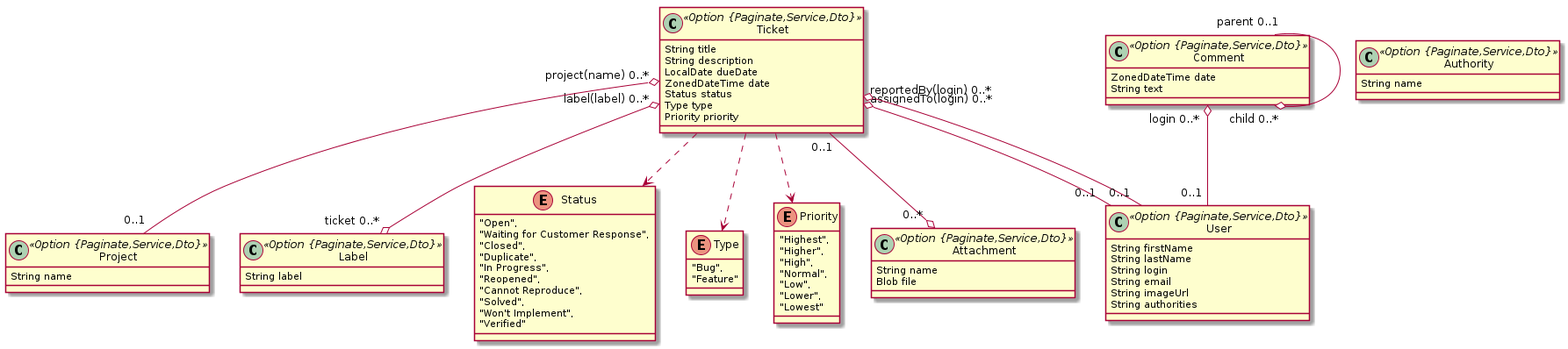
Earlier version of the PlantUML export .jdl-sample/bug-tracker-v1.png (VergilSkye/exemplo-jenkins).
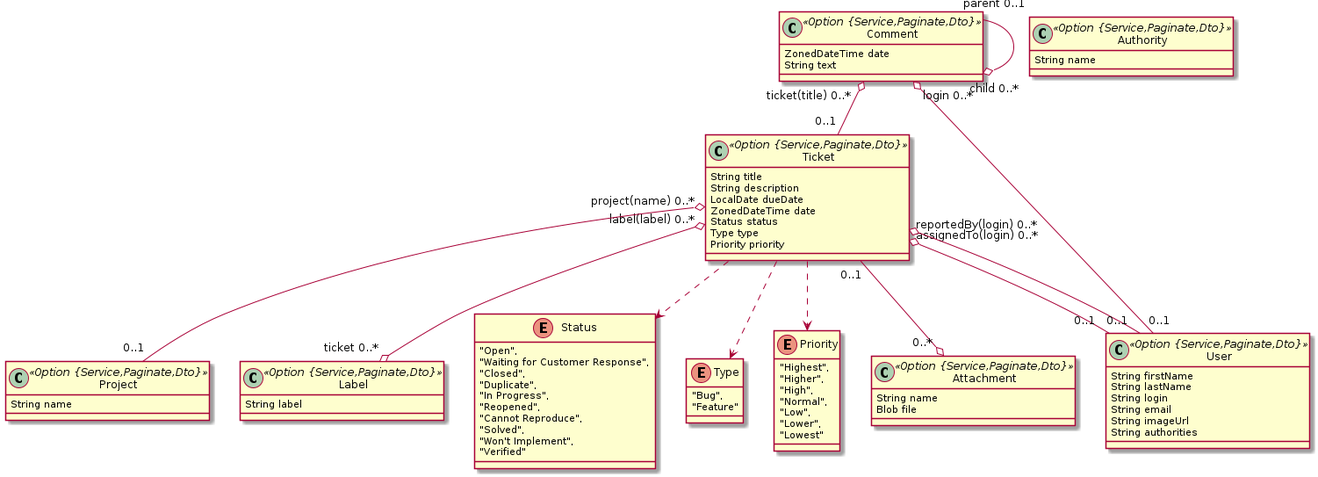
After the commit.

Commit message:
No JDL criando ligação entre comment e ticket

What changed in the source:
```diff
@@ -1,12 +1,12 @@
 @startuml
 	!pragma syntax class
-	class Project <<Option {Paginate,Service,Dto}>> {
+	class Project <<Option {Service,Paginate,Dto}>> {
 		String name
 	}
-	class Label <<Option {Paginate,Service,Dto}>> {
+	class Label <<Option {Service,Paginate,Dto}>> {
 		String label
 	}
-	class Ticket <<Option {Paginate,Service,Dto}>> {
+	class Ticket <<Option {Service,Paginate,Dto}>> {
 		String title
 		String description
 		LocalDate dueDate
@@ -18,7 +18,7 @@
 	Ticket ..> Status
 	Ticket ..> Type
 	Ticket ..> Priority
-	class Attachment <<Option {Paginate,Service,Dto}>> {
+	class Attachment <<Option {Service,Paginate,Dto}>> {
 		String name
 		Blob file
 	}
@@ -27,6 +27,7 @@
 	Ticket  "assignedTo(login) 0..* " o-- "0..1 "  User
 	Ticket  "reportedBy(login) 0..* " o-- "0..1 "  User
 	Comment  "login 0..* " o-- "0..1 "  User
+	Comment  "ticket(title) 0..* " o-- "0..1 "  Ticket
 	Comment  "parent 0..1 " --o "child 0..* "  Comment
 	Ticket  "0..1 " --o "0..* "  Attachment
 	enum Status {
@@ -54,14 +55,14 @@
 		"Lower",
 		"Lowest"
 	}
-	class Comment <<Option {Paginate,Service,Dto}>> {
+	class Comment <<Option {Service,Paginate,Dto}>> {
 		ZonedDateTime date
 		String text
 	}
-	class Authority <<Option {Paginate,Service,Dto}>> {
+	class Authority <<Option {Service,Paginate,Dto}>> {
 		String name
 	}
-	class User <<Option {Paginate,Service,Dto}>> {
+	class User <<Option {Service,Paginate,Dto}>> {
 		String firstName
 		String lastName
 		String login
```
